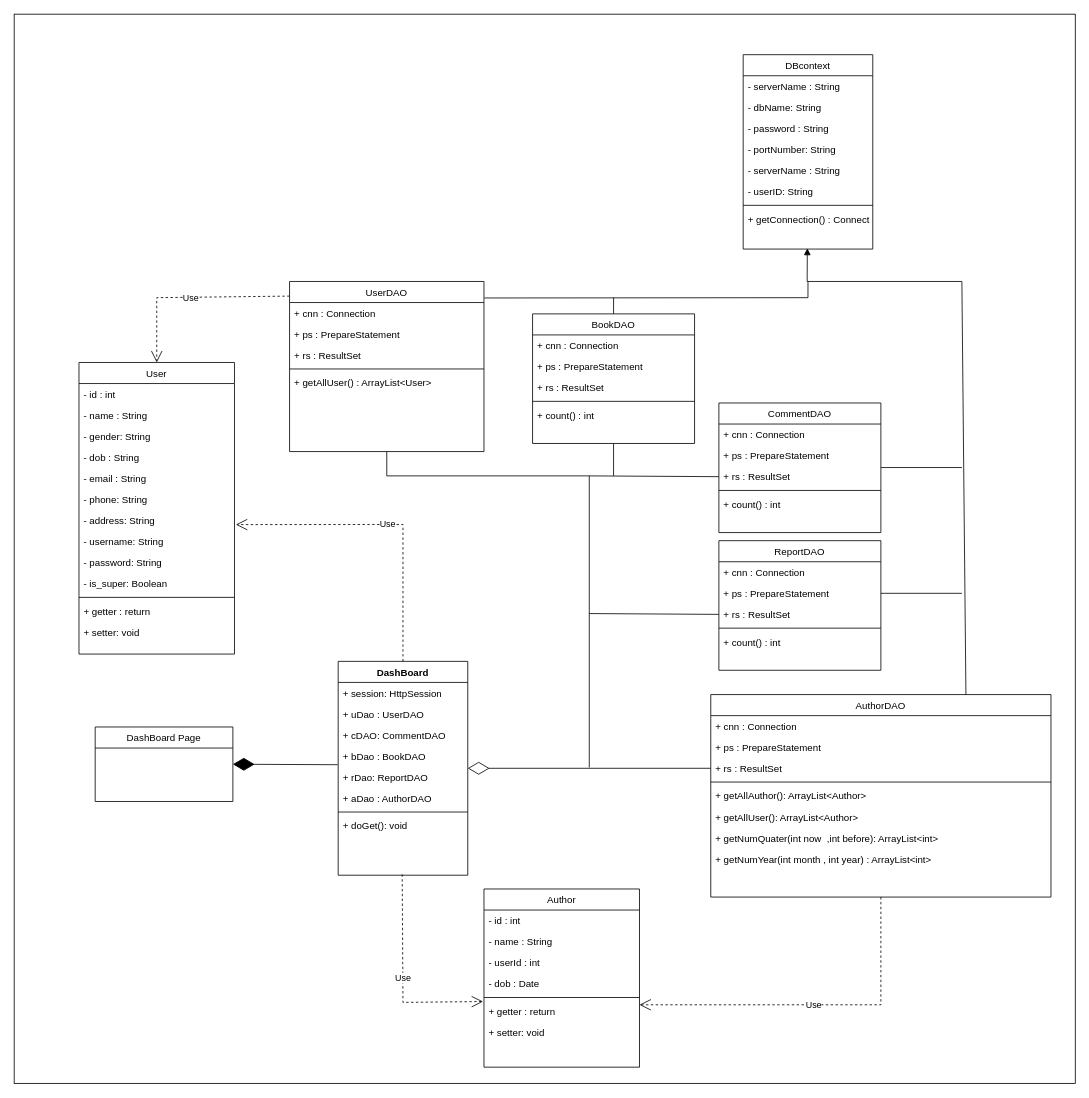
The draw.io diagram page "Trang-7" (7 of 8) of te3.drawio in baspdd/desktop-tutorial, before the edit. Source tidied: cells renumbered, new cells numbered last; positions are measured from the earlier drawing's top-left corner, leaving out a move shared by most shapes. Both pictures are drawn from the tidied source at 81%, with x=0, y=0 at pixel (14, 14).
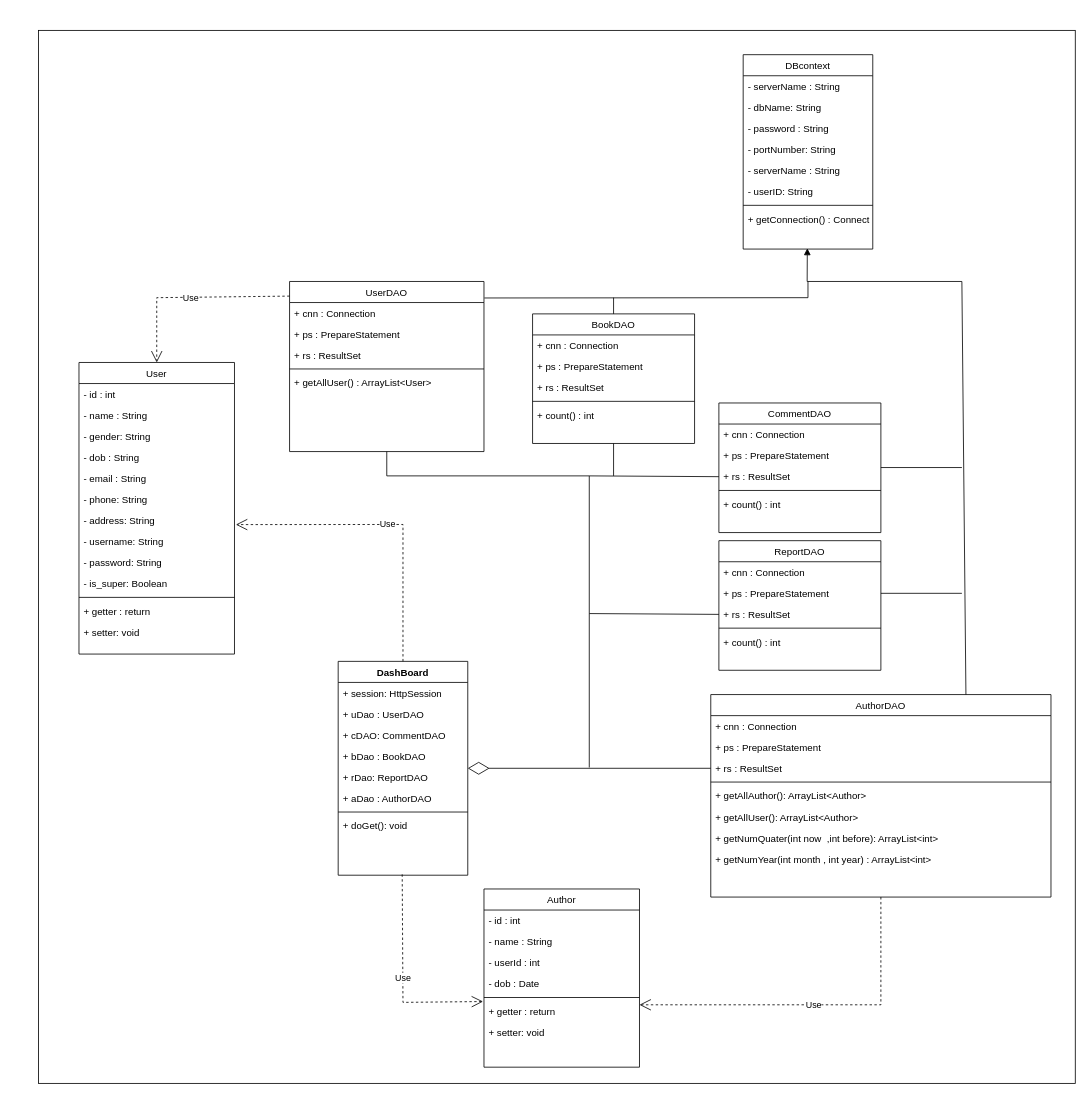
Above is the later version.

The change refers to these unchanged cells:
```xml
<mxCell id="8" value="+ rDao: ReportDAO" style="text;strokeColor=none;fillColor=none;align=left;verticalAlign=top;spacingLeft=4;spacingRight=4;overflow=hidden;points=[[0,0.5],[1,0.5]];portConstraint=eastwest;" parent="3" vertex="1">
  <mxGeometry y="130" width="160" height="26" as="geometry" />
</mxCell>
```

Change to the diagram source:
```diff
@@
     <mxCell id="2" style="rounded=0;whiteSpace=wrap;html=1;" parent="1" vertex="1">
-      <mxGeometry width="1310" height="1320" as="geometry" />
+      <mxGeometry x="30" y="20" width="1280" height="1300" as="geometry" />
     </mxCell>
@@
-    <mxCell id="12" value="DashBoard Page" style="swimlane;fontStyle=0;horizontal=1;startSize=26;fillColor=none;" parent="1" vertex="1">
-      <mxGeometry x="100" y="880" width="170" height="92" as="geometry" />
-    </mxCell>
@@
-    <mxCell id="42" style="endArrow=diamondThin;endFill=1;endSize=24;html=1;rounded=0;entryX=1;entryY=0.5;entryDx=0;entryDy=0;exitX=-0.004;exitY=-0.093;exitDx=0;exitDy=0;exitPerimeter=0;" parent="1" edge="1" source="8" target="12">
-      <mxGeometry relative="1" as="geometry" />
-    </mxCell>
```
